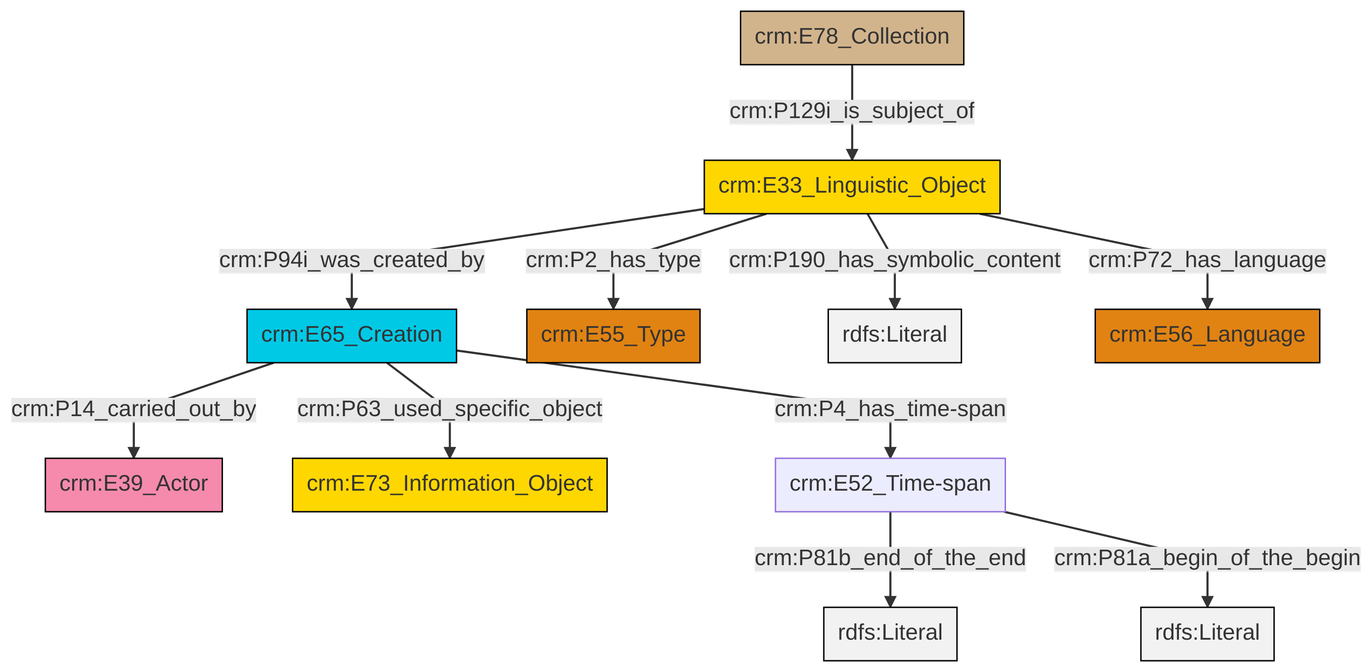
The Mermaid diagram et/archivalCSV/ttl/mmd/png/archival_desc.png in swiss-art-research-net/docs.swissartresearch, before a commit. Its source is kept beside it as et/archivalCSV/ttl/mmd/archival_desc.ttl.mmd.
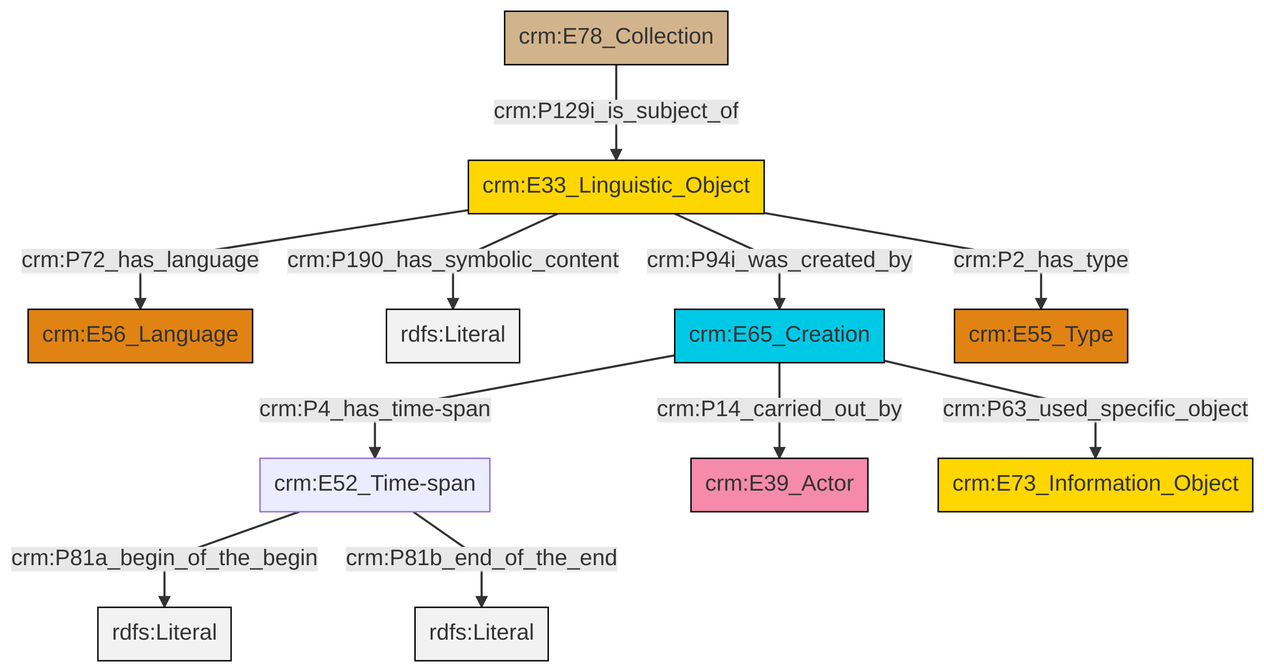
Above is the later version.

Change to the diagram source:
```diff
@@ -13,13 +13,13 @@
 classDef PC_Classes fill:#4ce600, stroke:#000000;
 classDef Multi fill:#cccccc,stroke:#000000;
 
-2["crm:E65_Creation"]:::Temporal_Entity -->|crm:P63_used_specific_object| 4["crm:E73_Information_Object"]:::Conceptual_Object
-10["crm:E78_Collection"]:::Physical_Thing -->|crm:P129i_is_subject_of| 11["crm:E33_Linguistic_Object"]:::Conceptual_Object
-11["crm:E33_Linguistic_Object"]:::Conceptual_Object -->|crm:P190_has_symbolic_content| 13[rdfs:Literal]:::Literal
-11["crm:E33_Linguistic_Object"]:::Conceptual_Object -->|crm:P72_has_language| 14["crm:E56_Language"]:::Type
-2["crm:E65_Creation"]:::Temporal_Entity -->|crm:P14_carried_out_by| 0["crm:E39_Actor"]:::Actor
-11["crm:E33_Linguistic_Object"]:::Conceptual_Object -->|crm:P2_has_type| 7["crm:E55_Type"]:::Type
-11["crm:E33_Linguistic_Object"]:::Conceptual_Object -->|crm:P94i_was_created_by| 2["crm:E65_Creation"]:::Temporal_Entity
-2["crm:E65_Creation"]:::Temporal_Entity -->|crm:P4_has_time-span| 5["crm:E52_Time-span"]:::Default
-5["crm:E52_Time-span"]:::Default -->|crm:P81b_end_of_the_end| 17[rdfs:Literal]:::Literal
-5["crm:E52_Time-span"]:::Default -->|crm:P81a_begin_of_the_begin| 18[rdfs:Literal]:::Literal
+0["crm:E52_Time-span"]:::Default -->|crm:P81a_begin_of_the_begin| 1[rdfs:Literal]:::Literal
+5["crm:E33_Linguistic_Object"]:::Conceptual_Object -->|crm:P190_has_symbolic_content| 6[rdfs:Literal]:::Literal
+7["crm:E65_Creation"]:::Temporal_Entity -->|crm:P4_has_time-span| 0["crm:E52_Time-span"]:::Default
+0["crm:E52_Time-span"]:::Default -->|crm:P81b_end_of_the_end| 8[rdfs:Literal]:::Literal
+5["crm:E33_Linguistic_Object"]:::Conceptual_Object -->|crm:P94i_was_created_by| 7["crm:E65_Creation"]:::Temporal_Entity
+7["crm:E65_Creation"]:::Temporal_Entity -->|crm:P14_carried_out_by| 9["crm:E39_Actor"]:::Actor
+5["crm:E33_Linguistic_Object"]:::Conceptual_Object -->|crm:P72_has_language| 3["crm:E56_Language"]:::Type
+7["crm:E65_Creation"]:::Temporal_Entity -->|crm:P63_used_specific_object| 13["crm:E73_Information_Object"]:::Conceptual_Object
+5["crm:E33_Linguistic_Object"]:::Conceptual_Object -->|crm:P2_has_type| 10["crm:E55_Type"]:::Type
+14["crm:E78_Collection"]:::Physical_Thing -->|crm:P129i_is_subject_of| 5["crm:E33_Linguistic_Object"]:::Conceptual_Object
```
